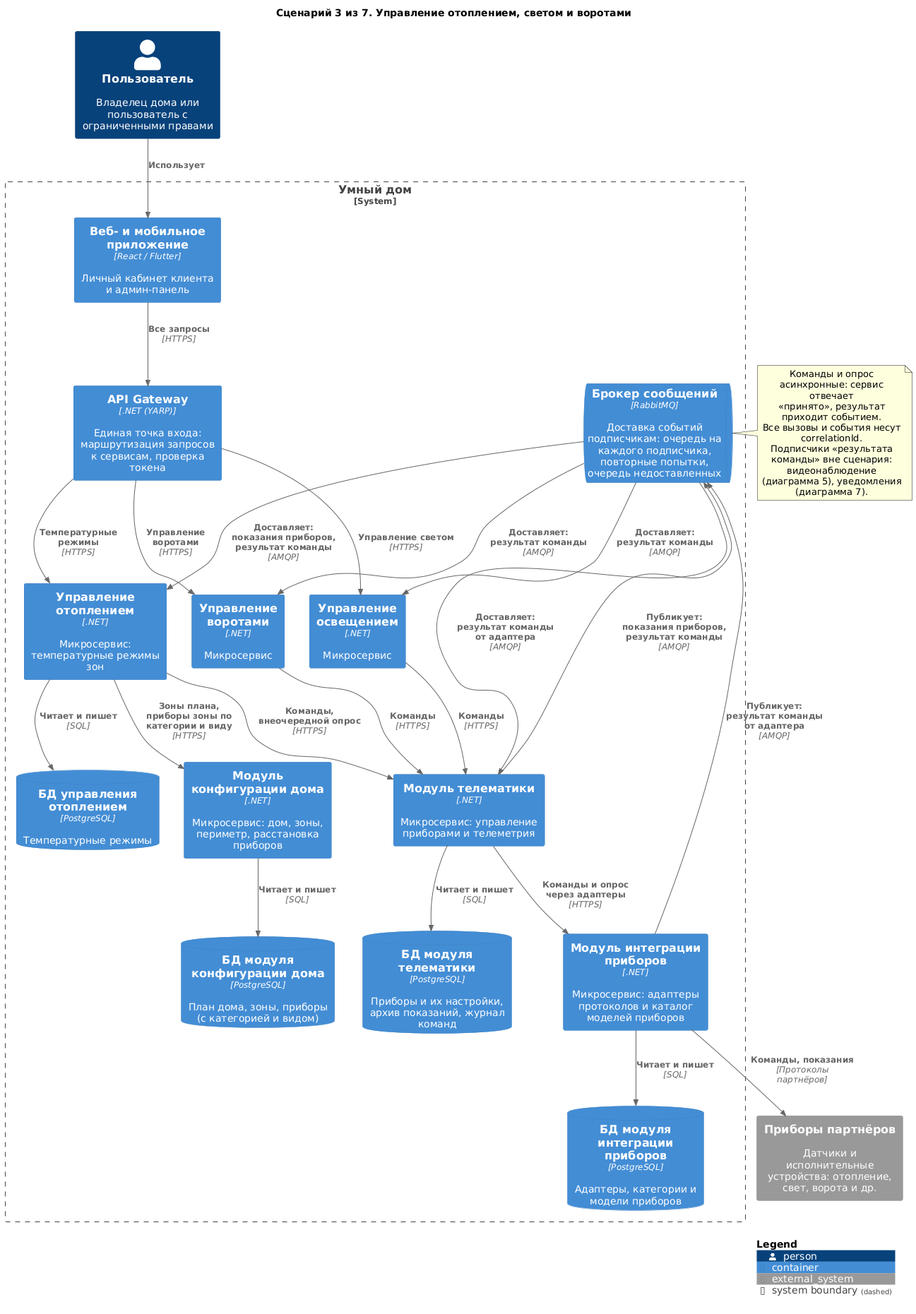
Earlier version of the PlantUML export diagrams/containers-scenarios/03-device-control.png (Lyamin-av/architecture-warmhouse).
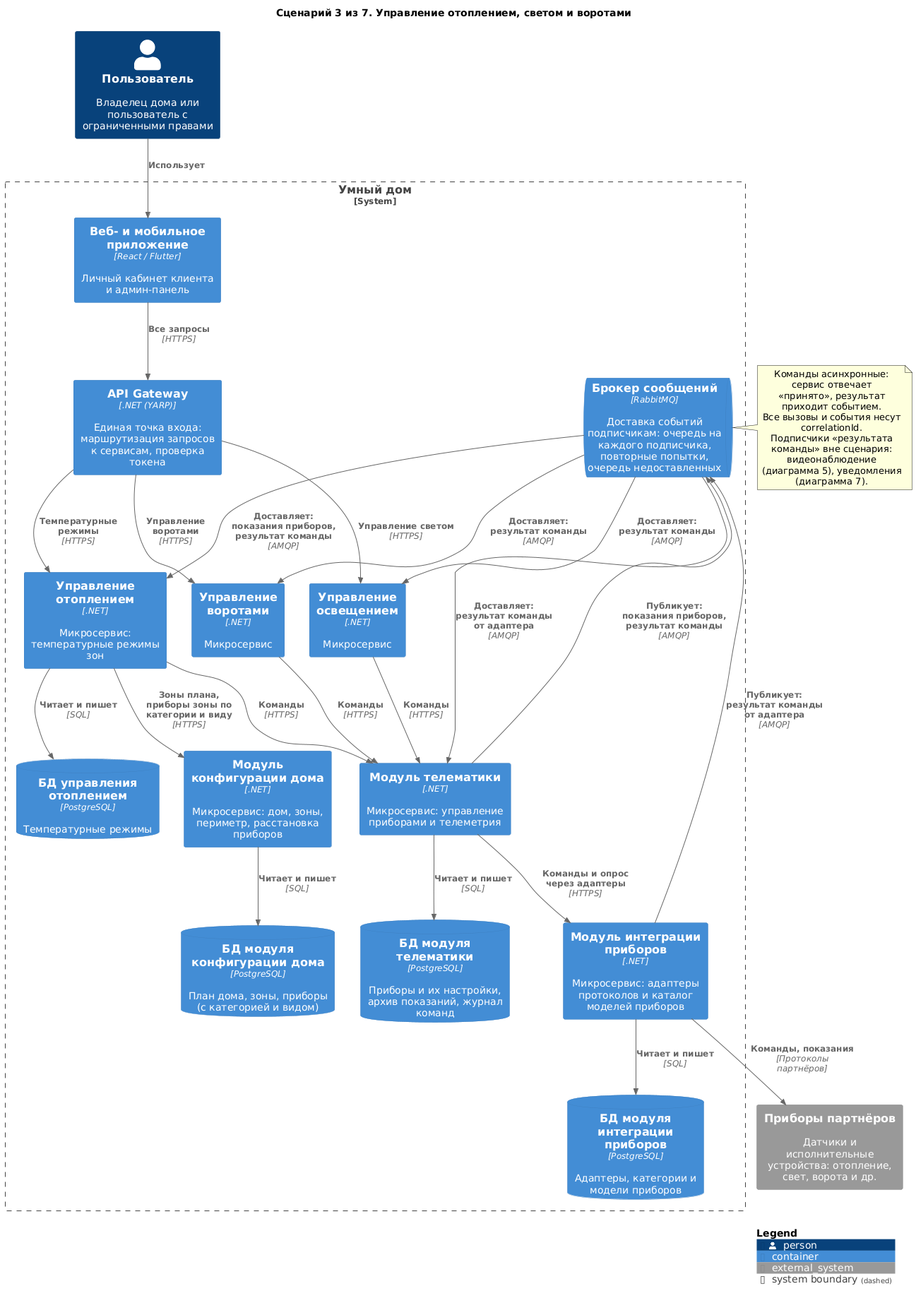
The same file after the commit.

What changed in the source:
```diff
@@ -29,7 +29,7 @@
 Rel(Gateway, Lighting, "Управление светом", "HTTPS")
 Rel(Gateway, GateControl, "Управление воротами", "HTTPS")
 Rel(Heating, HouseConfigurator, "Зоны плана, приборы зоны по категории и виду", "HTTPS")
-Rel(Heating, Telematics, "Команды, внеочередной опрос", "HTTPS")
+Rel(Heating, Telematics, "Команды", "HTTPS")
 Rel(Telematics, Broker, "Публикует: показания приборов, результат команды", "AMQP")
 Rel(Broker, Heating, "Доставляет: показания приборов, результат команды", "AMQP")
 Rel(Broker, Lighting, "Доставляет: результат команды", "AMQP")
@@ -38,7 +38,7 @@
 Rel(Broker, Telematics, "Доставляет: результат команды от адаптера", "AMQP")
 
 note right of Broker
-  Команды и опрос асинхронные: сервис отвечает
+  Команды асинхронные: сервис отвечает
   «принято», результат приходит событием.
   Все вызовы и события несут correlationId.
   Подписчики «результата команды» вне сценария:
```
